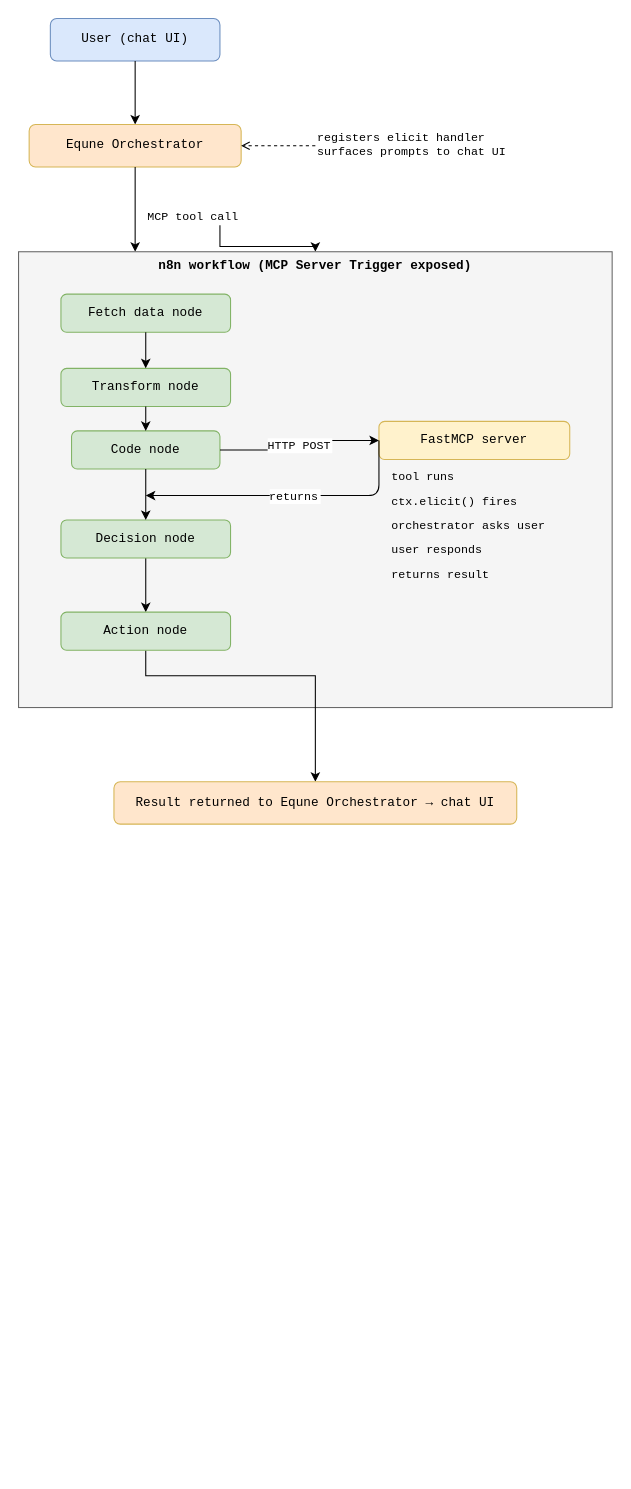
The draw.io diagram egun8n.drawio in orchlonn/design-doc, before the edit. Source tidied: cells renumbered, new cells numbered last; positions are measured from the earlier drawing's top-left corner, leaving out a move shared by most shapes. Both pictures are drawn from the tidied source at 106%, with x=0, y=0 at pixel (18, 18).
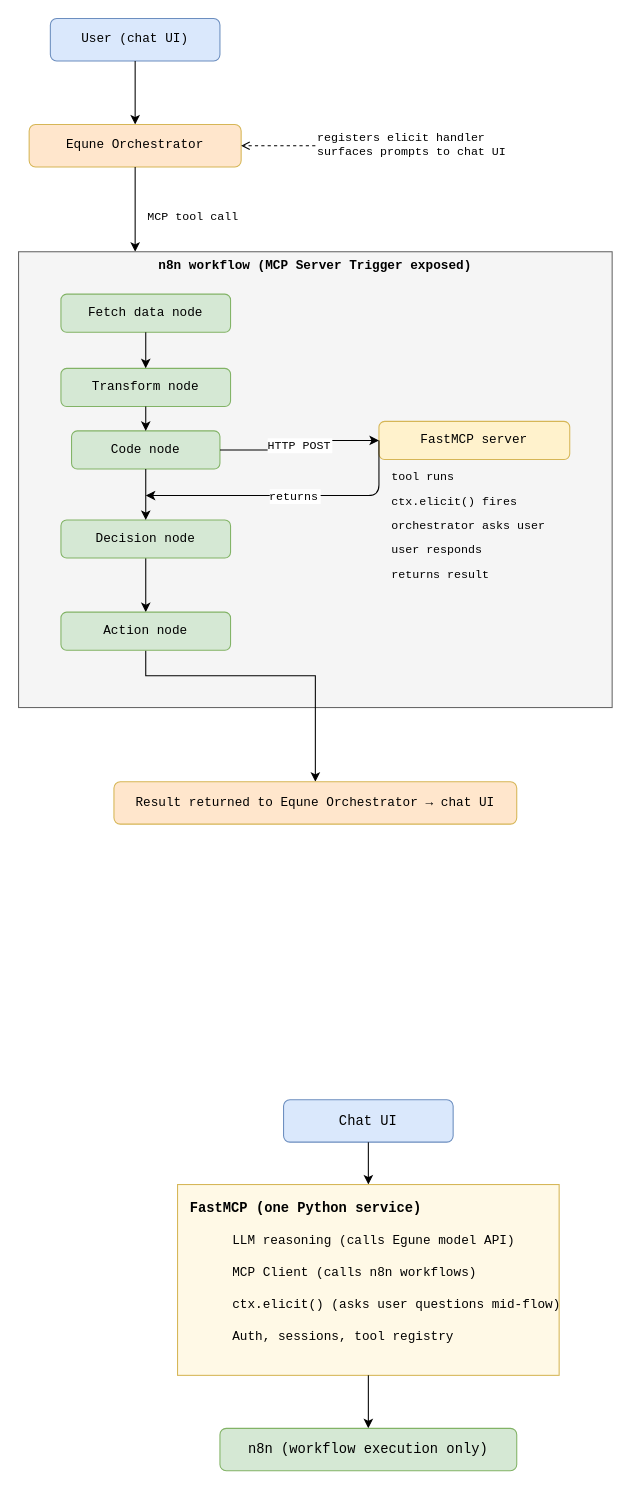
After the change.

The change refers to these unchanged cells:
```xml
<mxCell id="8" value="MCP tool call" style="text;html=1;align=left;fontFamily=Courier New;fontSize=11;" parent="1" vertex="1">
  <mxGeometry x="120" y="175" width="140" height="20" as="geometry" />
</mxCell>
<mxCell id="10" value="n8n workflow (MCP Server Trigger exposed)" style="rounded=0;whiteSpace=wrap;html=1;fillColor=#f5f5f5;strokeColor=#666666;fontFamily=Courier New;fontSize=12;fontStyle=1;verticalAlign=top;" parent="1" vertex="1">
  <mxGeometry y="220" width="560" height="430" as="geometry" />
</mxCell>
```

Diff of the diagram source:
```diff
@@
-    <mxCell id="7" style="edgeStyle=orthogonalEdgeStyle;rounded=0;jettySize=auto;html=1;" parent="1" edge="1" source="8" target="10">
-      <mxGeometry relative="1" as="geometry" />
-    </mxCell>
@@
+    <mxCell id="30" value="Chat UI" style="rounded=1;whiteSpace=wrap;html=1;fillColor=#dae8fc;strokeColor=#6c8ebf;fontFamily=Courier New;fontSize=13;" parent="1" vertex="1">
+      <mxGeometry x="250" y="1020" width="160" height="40" as="geometry" />
+    </mxCell>
+    <mxCell id="31" style="edgeStyle=orthogonalEdgeStyle;" parent="1" edge="1" source="30" target="32">
+      <mxGeometry relative="1" as="geometry" />
+    </mxCell>
+    <mxCell id="32" style="rounded=0;whiteSpace=wrap;html=1;fillColor=#fff9e6;strokeColor=#d6b656;" parent="1" vertex="1">
+      <mxGeometry x="150" y="1100" width="360" height="180" as="geometry" />
+    </mxCell>
+    <mxCell id="33" value="FastMCP (one Python service)" style="text;html=1;fontFamily=Courier New;fontSize=13;fontStyle=1;align=left;" parent="1" vertex="1">
+      <mxGeometry x="160" y="1108" width="320" height="24" as="geometry" />
+    </mxCell>
+    <mxCell id="34" value="LLM reasoning (calls Egune model API)" style="text;html=1;fontFamily=Courier New;fontSize=12;align=left;" parent="1" vertex="1">
+      <mxGeometry x="200" y="1140" width="300" height="24" as="geometry" />
+    </mxCell>
+    <mxCell id="35" value="MCP Client (calls n8n workflows)" style="text;html=1;fontFamily=Courier New;fontSize=12;align=left;" parent="1" vertex="1">
+      <mxGeometry x="200" y="1170" width="300" height="24" as="geometry" />
+    </mxCell>
+    <mxCell id="36" value="ctx.elicit() (asks user questions mid-flow)" style="text;html=1;fontFamily=Courier New;fontSize=12;align=left;" parent="1" vertex="1">
+      <mxGeometry x="200" y="1200" width="300" height="24" as="geometry" />
+    </mxCell>
+    <mxCell id="37" value="Auth, sessions, tool registry" style="text;html=1;fontFamily=Courier New;fontSize=12;align=left;" parent="1" vertex="1">
+      <mxGeometry x="200" y="1230" width="300" height="24" as="geometry" />
+    </mxCell>
+    <mxCell id="38" style="edgeStyle=orthogonalEdgeStyle;" parent="1" edge="1" source="32" target="39">
+      <mxGeometry relative="1" as="geometry" />
+    </mxCell>
+    <mxCell id="39" value="n8n (workflow execution only)" style="rounded=1;whiteSpace=wrap;html=1;fillColor=#d5e8d4;strokeColor=#82b366;fontFamily=Courier New;fontSize=13;" parent="1" vertex="1">
+      <mxGeometry x="190" y="1330" width="280" height="40" as="geometry" />
+    </mxCell>
```
